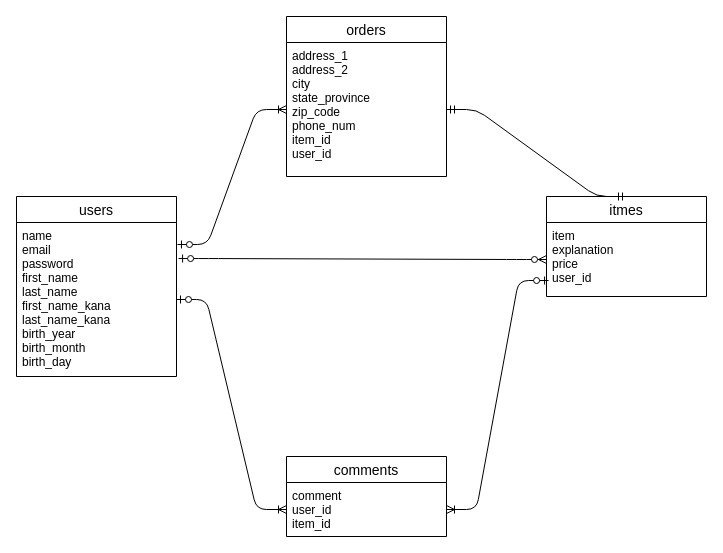
Above: er.dio in mizu1228/furima-33326 (draw.io), before the change. Source tidied: cells renumbered, new cells numbered last; positions are measured from the earlier drawing's top-left corner, leaving out a move shared by most shapes. Both pictures are drawn from the tidied source at 100%, with x=0, y=0 at pixel (16, 16).
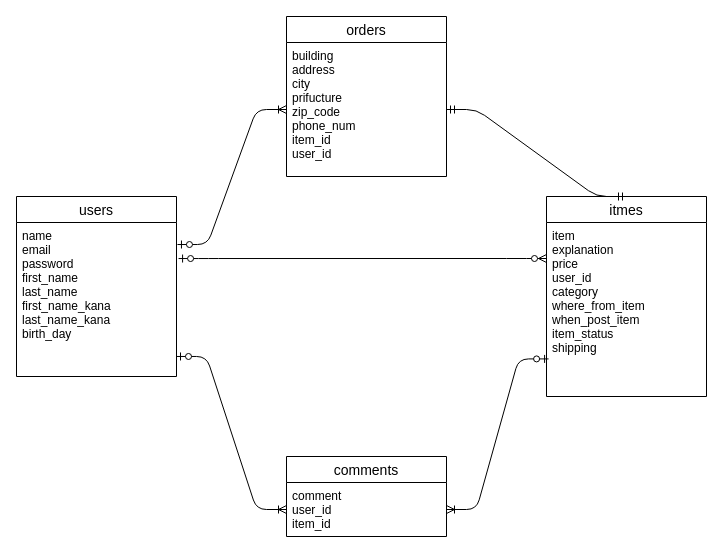
Above is the later version.

Commit message (it also covers changes not shown here):
passwordカラムの名前変更

What changed in the source:
```diff
@@
 <mxGraphModel>
   <root>
     <mxCell id="0" />
     <mxCell id="1" parent="0" />
     <mxCell id="2" value="users" style="swimlane;fontStyle=0;horizontal=1;startSize=26;align=center;fontSize=14;" parent="1" vertex="1">
       <mxGeometry y="180" width="160" height="180" as="geometry" />
     </mxCell>
-    <mxCell id="3" value="name&#10;email&#10;password&#10;first_name&#10;last_name&#10;first_name_kana&#10;last_name_kana&#10;birth_year&#10;birth_month&#10;birth_day" style="text;strokeColor=none;fillColor=none;spacingLeft=4;spacingRight=4;overflow=hidden;points=[[0,0.5],[1,0.5]];portConstraint=eastwest;fontSize=12;" parent="2" vertex="1">
+    <mxCell id="3" value="name&#10;email&#10;password&#10;first_name&#10;last_name&#10;first_name_kana&#10;last_name_kana&#10;birth_day" style="text;strokeColor=none;fillColor=none;spacingLeft=4;spacingRight=4;overflow=hidden;points=[[0,0.5],[1,0.5]];portConstraint=eastwest;fontSize=12;" parent="2" vertex="1">
       <mxGeometry y="26" width="160" height="154" as="geometry" />
     </mxCell>
     <mxCell id="4" value="itmes" style="swimlane;fontStyle=0;horizontal=1;startSize=26;align=center;fontSize=14;" parent="1" vertex="1">
-      <mxGeometry x="530" y="180" width="160" height="100" as="geometry" />
+      <mxGeometry x="530" y="180" width="160" height="200" as="geometry" />
     </mxCell>
-    <mxCell id="5" value="item&#10;explanation&#10;price&#10;user_id&#10;" style="text;strokeColor=none;fillColor=none;spacingLeft=4;spacingRight=4;overflow=hidden;points=[[0,0.5],[1,0.5]];portConstraint=eastwest;fontSize=12;" parent="4" vertex="1">
-      <mxGeometry y="26" width="160" height="74" as="geometry" />
+    <mxCell id="5" value="item&#10;explanation&#10;price&#10;user_id&#10;category&#10;where_from_item&#10;when_post_item&#10;item_status&#10;shipping" style="text;strokeColor=none;fillColor=none;spacingLeft=4;spacingRight=4;overflow=hidden;points=[[0,0.5],[1,0.5]];portConstraint=eastwest;fontSize=12;" parent="4" vertex="1">
+      <mxGeometry y="26" width="160" height="174" as="geometry" />
     </mxCell>
     <mxCell id="6" value="comments" style="swimlane;fontStyle=0;horizontal=1;startSize=26;align=center;fontSize=14;" parent="1" vertex="1">
       <mxGeometry x="270" y="440" width="160" height="80" as="geometry" />
     </mxCell>
     <mxCell id="7" value="comment&#10;user_id&#10;item_id" style="text;strokeColor=none;fillColor=none;spacingLeft=4;spacingRight=4;overflow=hidden;points=[[0,0.5],[1,0.5]];portConstraint=eastwest;fontSize=12;" parent="6" vertex="1">
       <mxGeometry y="26" width="160" height="54" as="geometry" />
     </mxCell>
     <mxCell id="8" value="orders" style="swimlane;fontStyle=0;horizontal=1;startSize=26;align=center;fontSize=14;" parent="1" vertex="1">
       <mxGeometry x="270" width="160" height="160" as="geometry" />
     </mxCell>
-    <mxCell id="9" value="address_1&#10;address_2&#10;city&#10;state_province&#10;zip_code&#10;phone_num&#10;item_id&#10;user_id" style="text;strokeColor=none;fillColor=none;spacingLeft=4;spacingRight=4;overflow=hidden;points=[[0,0.5],[1,0.5]];portConstraint=eastwest;fontSize=12;" parent="8" vertex="1">
+    <mxCell id="9" value="building&#10;address&#10;city&#10;prifucture&#10;zip_code&#10;phone_num&#10;item_id&#10;user_id" style="text;strokeColor=none;fillColor=none;spacingLeft=4;spacingRight=4;overflow=hidden;points=[[0,0.5],[1,0.5]];portConstraint=eastwest;fontSize=12;" parent="8" vertex="1">
       <mxGeometry y="26" width="160" height="134" as="geometry" />
     </mxCell>
-    <mxCell id="10" style="edgeStyle=entityRelationEdgeStyle;fontSize=12;html=1;endArrow=ERzeroToMany;startArrow=ERzeroToOne;entryX=0;entryY=0.5;entryDx=0;entryDy=0;exitX=1.013;exitY=0.234;exitDx=0;exitDy=0;exitPerimeter=0;" parent="1" edge="1" source="3" target="5">
-      <mxGeometry relative="1" as="geometry" />
+    <mxCell id="10" style="edgeStyle=entityRelationEdgeStyle;fontSize=12;html=1;endArrow=ERzeroToMany;startArrow=ERzeroToOne;exitX=1.013;exitY=0.234;exitDx=0;exitDy=0;exitPerimeter=0;" parent="1" edge="1" source="3">
+      <mxGeometry relative="1" as="geometry">
+        <mxPoint x="530" y="242" as="targetPoint" />
+      </mxGeometry>
     </mxCell>
-    <mxCell id="11" style="edgeStyle=entityRelationEdgeStyle;fontSize=12;html=1;endArrow=ERoneToMany;startArrow=ERzeroToOne;entryX=0;entryY=0.5;entryDx=0;entryDy=0;exitX=1;exitY=0.5;exitDx=0;exitDy=0;" parent="1" edge="1" source="3" target="7">
+    <mxCell id="11" style="edgeStyle=entityRelationEdgeStyle;fontSize=12;html=1;endArrow=ERoneToMany;startArrow=ERzeroToOne;entryX=0;entryY=0.5;entryDx=0;entryDy=0;exitX=1;exitY=0.87;exitDx=0;exitDy=0;exitPerimeter=0;" parent="1" edge="1" source="3" target="7">
       <mxGeometry relative="1" as="geometry" />
     </mxCell>
     <mxCell id="12" style="edgeStyle=entityRelationEdgeStyle;fontSize=12;html=1;endArrow=ERoneToMany;startArrow=ERzeroToOne;entryX=1;entryY=0.5;entryDx=0;entryDy=0;exitX=0.013;exitY=0.784;exitDx=0;exitDy=0;exitPerimeter=0;" parent="1" edge="1" source="5" target="7">
       <mxGeometry relative="1" as="geometry" />
     </mxCell>
     <mxCell id="13" style="edgeStyle=entityRelationEdgeStyle;fontSize=12;html=1;endArrow=ERoneToMany;startArrow=ERzeroToOne;entryX=0;entryY=0.5;entryDx=0;entryDy=0;exitX=1.006;exitY=0.143;exitDx=0;exitDy=0;exitPerimeter=0;" parent="1" edge="1" source="3" target="9">
       <mxGeometry relative="1" as="geometry" />
     </mxCell>
     <mxCell id="14" style="edgeStyle=entityRelationEdgeStyle;fontSize=12;html=1;endArrow=ERmandOne;startArrow=ERmandOne;exitX=1;exitY=0.5;exitDx=0;exitDy=0;entryX=0.5;entryY=0;entryDx=0;entryDy=0;" parent="1" edge="1" source="9" target="4">
       <mxGeometry relative="1" as="geometry" />
     </mxCell>
   </root>
 </mxGraphModel>
```
